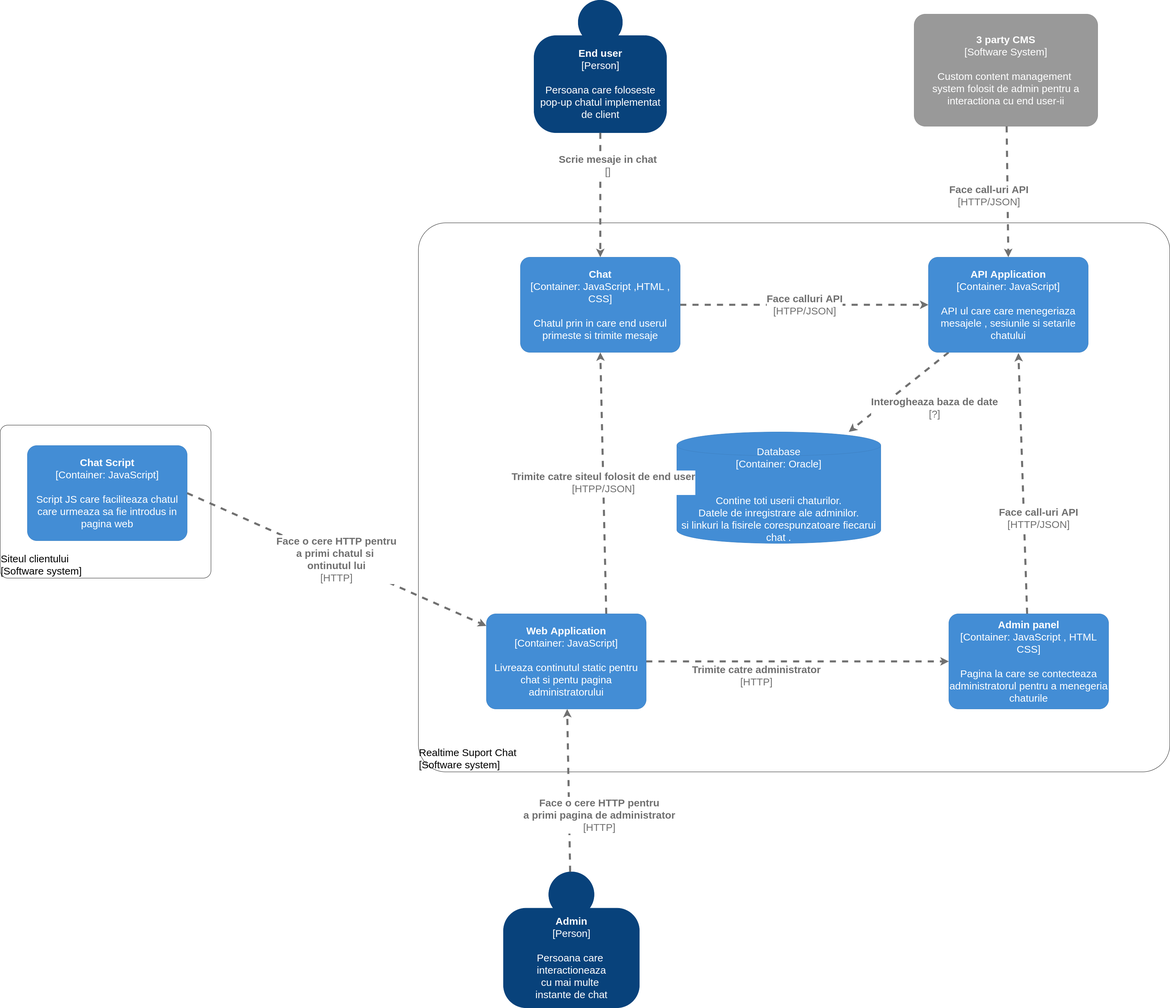
Above: diagrame/ComponentDiagram.png in buj99/RealtimeSupportChat (draw.io), before the change. Source tidied: cells renumbered, new cells last; positions are measured from the earlier drawing's top-left corner, leaving out a move shared by most shapes. Source of this version:
```xml
<mxGraphModel>
  <root>
    <mxCell id="0" />
    <mxCell id="1" parent="0" />
    <object id="2" label="&lt;b style=&quot;font-size: 30px;&quot;&gt;%c4Name%&lt;/b&gt;&lt;div style=&quot;font-size: 30px;&quot;&gt;[%c4Type%]&lt;/div&gt;&lt;br style=&quot;font-size: 30px;&quot;&gt;&lt;div style=&quot;font-size: 30px;&quot;&gt;%c4Description%&lt;/div&gt;" c4Description="Persoana care foloseste&#10;pop-up chatul implementat&#10; de client" c4Name="End user" c4Type="Person" placeholders="1">
      <mxCell style="html=1;dashed=0;whitespace=wrap;shape=mxgraph.c4.person;align=center;points=[[0.5,0,0],[1,0.5,0],[1,0.75,0],[0.75,1,0],[0.5,1,0],[0.25,1,0],[0,0.75,0],[0,0.5,0]];metaData={&quot;c4Type&quot;:{&quot;editable&quot;:false}};labelBackgroundColor=none;flipH=1;flipV=0;fillColor=#08427B;strokeColor=#08427B;fontColor=#FFFFFF;fontSize=30;" parent="1" vertex="1">
        <mxGeometry x="1570" width="390" height="390" as="geometry" />
      </mxCell>
    </object>
    <object id="3" label="&lt;b style=&quot;font-size: 30px;&quot;&gt;%c4Name%&lt;/b&gt;&lt;div style=&quot;font-size: 30px;&quot;&gt;[%c4Type%]&lt;/div&gt;&lt;br style=&quot;font-size: 30px;&quot;&gt;&lt;div style=&quot;font-size: 30px;&quot;&gt;%c4Description%&lt;/div&gt;" c4Description="Custom content management &#10;system folosit de admin pentru a interactiona cu end user-ii" c4Name="3 party CMS" c4Type="Software System" placeholders="1">
      <mxCell style="rounded=1;whiteSpace=wrap;html=1;labelBackgroundColor=none;fillColor=#999999;fontColor=#ffffff;align=center;arcSize=10;strokeColor=#8A8A8A;metaData={&quot;c4Type&quot;:{&quot;editable&quot;:false}};points=[[0.25,0,0],[0.5,0,0],[0.75,0,0],[1,0.25,0],[1,0.5,0],[1,0.75,0],[0.75,1,0],[0.5,1,0],[0.25,1,0],[0,0.75,0],[0,0.5,0],[0,0.25,0]];sketch=0;fontSize=30;" parent="1" vertex="1">
        <mxGeometry x="2688" y="41" width="540" height="330" as="geometry" />
      </mxCell>
    </object>
    <object id="4" label="&lt;b style=&quot;font-size: 30px;&quot;&gt;%c4Name%&lt;/b&gt;&lt;div style=&quot;font-size: 30px;&quot;&gt;[%c4Type%]&lt;/div&gt;&lt;br style=&quot;font-size: 30px;&quot;&gt;&lt;div style=&quot;font-size: 30px;&quot;&gt;%c4Description%&lt;/div&gt;" c4Description="Persoana care &#10;interactioneaza&#10;cu mai multe &#10;instante de chat&#10;" c4Name="Admin" c4Type="Person" placeholders="1">
      <mxCell style="html=1;dashed=0;whitespace=wrap;shape=mxgraph.c4.person;align=center;points=[[0.5,0,0],[1,0.5,0],[1,0.75,0],[0.75,1,0],[0.5,1,0],[0.25,1,0],[0,0.75,0],[0,0.5,0]];metaData={&quot;c4Type&quot;:{&quot;editable&quot;:false}};labelBackgroundColor=none;flipH=1;flipV=0;fontColor=#ffffff;strokeColor=#08427B;fillColor=#08427B;fontSize=30;" parent="1" vertex="1">
        <mxGeometry x="1480" y="2564" width="400" height="400" as="geometry" />
      </mxCell>
    </object>
    <mxCell id="5" style="group;fontSize=30;" parent="1" vertex="1">
      <mxGeometry y="1250" width="620" height="450" as="geometry" />
    </mxCell>
    <object id="6" label="&lt;div style=&quot;text-align: left; font-size: 30px;&quot;&gt;%c4Name%&lt;/div&gt;&lt;div style=&quot;text-align: left; font-size: 30px;&quot;&gt;[%c4Application%]&lt;/div&gt;" c4Application="Software system" c4Name="Siteul clientului" c4Type="ExecutionEnvironment" placeholders="1">
      <mxCell style="rounded=1;whiteSpace=wrap;html=1;labelBackgroundColor=none;fillColor=#ffffff;fontColor=#000000;align=left;arcSize=5;strokeColor=#000000;verticalAlign=bottom;metaData={&quot;c4Type&quot;:{&quot;editable&quot;:false}};fontSize=30;" parent="5" vertex="1">
        <mxGeometry width="620" height="450" as="geometry" />
      </mxCell>
    </object>
    <object id="7" label="&lt;b style=&quot;font-size: 30px;&quot;&gt;%c4Name%&lt;/b&gt;&lt;div style=&quot;font-size: 30px;&quot;&gt;[%c4Type%: %c4Technology%]&lt;/div&gt;&lt;br style=&quot;font-size: 30px;&quot;&gt;&lt;div style=&quot;font-size: 30px;&quot;&gt;%c4Description%&lt;/div&gt;" c4Description="Script JS care faciliteaza chatul&#10;care urmeaza sa fie introdus in pagina web " c4Name="Chat Script" c4Technology="JavaScript" c4Type="Container" placeholders="1">
      <mxCell style="rounded=1;whiteSpace=wrap;html=1;labelBackgroundColor=none;fillColor=#438DD5;fontColor=#ffffff;align=center;arcSize=10;strokeColor=#3C7FC0;metaData={&quot;c4Type&quot;:{&quot;editable&quot;:false}};points=[[0.25,0,0],[0.5,0,0],[0.75,0,0],[1,0.25,0],[1,0.5,0],[1,0.75,0],[0.75,1,0],[0.5,1,0],[0.25,1,0],[0,0.75,0],[0,0.5,0],[0,0.25,0]];fontSize=30;" parent="5" vertex="1">
        <mxGeometry x="80" y="60" width="470" height="280" as="geometry" />
      </mxCell>
    </object>
    <mxCell id="8" style="group;fontSize=30;" parent="1" vertex="1">
      <mxGeometry x="1210" y="670" width="2230" height="1600" as="geometry" />
    </mxCell>
    <object id="9" label="&lt;div style=&quot;text-align: left; font-size: 30px;&quot;&gt;%c4Name%&lt;/div&gt;&lt;div style=&quot;text-align: left; font-size: 30px;&quot;&gt;[%c4Application%]&lt;/div&gt;" c4Application="Software system" c4Name="Realtime Suport Chat" c4Type="ExecutionEnvironment" placeholders="1">
      <mxCell style="rounded=1;whiteSpace=wrap;html=1;labelBackgroundColor=none;fillColor=#ffffff;fontColor=#000000;align=left;arcSize=5;strokeColor=#000000;verticalAlign=bottom;metaData={&quot;c4Type&quot;:{&quot;editable&quot;:false}};fontSize=30;" parent="8" vertex="1">
        <mxGeometry x="20" y="-15" width="2210" height="1615" as="geometry" />
      </mxCell>
    </object>
    <object id="10" label="&lt;div style=&quot;text-align: left; font-size: 30px;&quot;&gt;&lt;div style=&quot;text-align: center; font-size: 30px;&quot;&gt;&lt;b style=&quot;font-size: 30px;&quot;&gt;%c4Description%&lt;/b&gt;&lt;/div&gt;&lt;div style=&quot;text-align: center; font-size: 30px;&quot;&gt;[%c4Technology%]&lt;/div&gt;&lt;/div&gt;" c4Description="Face call-uri API" c4Technology="HTTP/JSON" c4Type="Relationship" placeholders="1">
      <mxCell style="edgeStyle=none;rounded=0;html=1;jettySize=auto;strokeColor=#707070;strokeWidth=6;fontColor=#707070;jumpStyle=none;dashed=1;metaData={&quot;c4Type&quot;:{&quot;editable&quot;:false}};fontSize=30;entryX=0.563;entryY=1.007;entryDx=0;entryDy=0;entryPerimeter=0;" parent="8" edge="1" source="19" target="17">
        <mxGeometry x="-0.27" y="-42" relative="1" as="geometry">
          <mxPoint x="1" as="offset" />
        </mxGeometry>
      </mxCell>
    </object>
    <object id="11" label="&lt;div style=&quot;text-align: left; font-size: 30px;&quot;&gt;&lt;div style=&quot;text-align: center; font-size: 30px;&quot;&gt;&lt;b style=&quot;font-size: 30px;&quot;&gt;%c4Description%&lt;/b&gt;&lt;/div&gt;&lt;div style=&quot;text-align: center; font-size: 30px;&quot;&gt;[%c4Technology%]&lt;/div&gt;&lt;/div&gt;" c4Description="Trimite catre administrator" c4Technology="HTTP" c4Type="Relationship" placeholders="1">
      <mxCell style="edgeStyle=none;rounded=0;html=1;jettySize=auto;strokeColor=#707070;strokeWidth=6;fontColor=#707070;jumpStyle=none;dashed=1;metaData={&quot;c4Type&quot;:{&quot;editable&quot;:false}};fontSize=30;entryX=0;entryY=0.5;entryDx=0;entryDy=0;entryPerimeter=0;exitX=1;exitY=0.5;exitDx=0;exitDy=0;exitPerimeter=0;" parent="8" edge="1" source="18" target="19">
        <mxGeometry x="-0.27" y="-42" relative="1" as="geometry">
          <mxPoint x="1" as="offset" />
        </mxGeometry>
      </mxCell>
    </object>
    <object id="12" label="%c4Type%&lt;div style=&quot;font-size: 30px;&quot;&gt;[Container:&amp;nbsp;%c4Technology%]&lt;/div&gt;&lt;br style=&quot;font-size: 30px;&quot;&gt;&lt;div style=&quot;font-size: 30px;&quot;&gt;%c4Description%&lt;/div&gt;" c4Description="&#10;Contine toti userii chaturilor.&#10;Datele de inregistrare ale adminilor.&#10;si linkuri la fisirele corespunzatoare fiecarui chat ." c4Technology="Oracle" c4Type="Database" placeholders="1">
      <mxCell style="shape=cylinder;whiteSpace=wrap;html=1;boundedLbl=1;rounded=0;labelBackgroundColor=none;fillColor=#438DD5;fontSize=30;fontColor=#ffffff;align=center;strokeColor=#3C7FC0;points=[[0.5,0,0],[1,0.25,0],[1,0.5,0],[1,0.75,0],[0.5,1,0],[0,0.75,0],[0,0.5,0],[0,0.25,0]];metaData={&quot;c4Type&quot;:{&quot;editable&quot;:false}};" parent="8" vertex="1">
        <mxGeometry x="780" y="600" width="600" height="327.9" as="geometry" />
      </mxCell>
    </object>
    <object id="13" label="&lt;div style=&quot;text-align: left; font-size: 30px;&quot;&gt;&lt;div style=&quot;text-align: center; font-size: 30px;&quot;&gt;&lt;b style=&quot;font-size: 30px;&quot;&gt;%c4Description%&lt;/b&gt;&lt;/div&gt;&lt;div style=&quot;text-align: center; font-size: 30px;&quot;&gt;[%c4Technology%]&lt;/div&gt;&lt;/div&gt;" c4Description="Interogheaza baza de date" c4Technology="?" c4Type="Relationship" placeholders="1">
      <mxCell style="edgeStyle=none;rounded=0;html=1;jettySize=auto;strokeColor=#707070;strokeWidth=6;fontColor=#707070;jumpStyle=none;dashed=1;metaData={&quot;c4Type&quot;:{&quot;editable&quot;:false}};fontSize=30;" parent="8" edge="1" source="17" target="12">
        <mxGeometry x="-0.29" y="101" relative="1" as="geometry">
          <mxPoint x="1" as="offset" />
        </mxGeometry>
      </mxCell>
    </object>
    <object id="14" label="&lt;div style=&quot;text-align: left; font-size: 30px;&quot;&gt;&lt;div style=&quot;text-align: center; font-size: 30px;&quot;&gt;&lt;b style=&quot;font-size: 30px;&quot;&gt;%c4Description%&lt;/b&gt;&lt;/div&gt;&lt;div style=&quot;text-align: center; font-size: 30px;&quot;&gt;[%c4Technology%]&lt;/div&gt;&lt;/div&gt;" c4Description="Face calluri API" c4Technology="HTPP/JSON" c4Type="Relationship" placeholders="1">
      <mxCell style="edgeStyle=none;rounded=0;html=1;jettySize=auto;strokeColor=#707070;strokeWidth=6;fontColor=#707070;jumpStyle=none;dashed=1;metaData={&quot;c4Type&quot;:{&quot;editable&quot;:false}};fontSize=30;exitX=1;exitY=0.5;exitDx=0;exitDy=0;exitPerimeter=0;entryX=0;entryY=0.5;entryDx=0;entryDy=0;entryPerimeter=0;" parent="8" edge="1" source="16" target="17">
        <mxGeometry relative="1" as="geometry" />
      </mxCell>
    </object>
    <object id="15" label="&lt;div style=&quot;text-align: left; font-size: 30px;&quot;&gt;&lt;div style=&quot;text-align: center; font-size: 30px;&quot;&gt;&lt;b style=&quot;font-size: 30px;&quot;&gt;%c4Description%&lt;/b&gt;&lt;/div&gt;&lt;div style=&quot;text-align: center; font-size: 30px;&quot;&gt;[%c4Technology%]&lt;/div&gt;&lt;/div&gt;" c4Description="Trimite catre siteul folosit de end user " c4Technology="HTPP/JSON" c4Type="Relationship" placeholders="1">
      <mxCell style="edgeStyle=none;rounded=0;html=1;jettySize=auto;strokeColor=#707070;strokeWidth=6;fontColor=#707070;jumpStyle=none;dashed=1;metaData={&quot;c4Type&quot;:{&quot;editable&quot;:false}};fontSize=30;entryX=0.5;entryY=1;entryDx=0;entryDy=0;entryPerimeter=0;exitX=0.75;exitY=0;exitDx=0;exitDy=0;exitPerimeter=0;" parent="8" edge="1" source="18" target="16">
        <mxGeometry relative="1" as="geometry" />
      </mxCell>
    </object>
    <object id="16" label="&lt;b style=&quot;font-size: 30px;&quot;&gt;%c4Name%&lt;/b&gt;&lt;div style=&quot;font-size: 30px;&quot;&gt;[%c4Type%: %c4Technology%]&lt;/div&gt;&lt;br style=&quot;font-size: 30px;&quot;&gt;&lt;div style=&quot;font-size: 30px;&quot;&gt;%c4Description%&lt;/div&gt;" c4Description="Chatul prin in care end userul primeste si trimite mesaje" c4Name="Chat " c4Technology="JavaScript ,HTML , CSS" c4Type="Container" placeholders="1">
      <mxCell style="rounded=1;whiteSpace=wrap;html=1;labelBackgroundColor=none;fillColor=#438DD5;fontColor=#ffffff;align=center;arcSize=10;strokeColor=#3C7FC0;metaData={&quot;c4Type&quot;:{&quot;editable&quot;:false}};points=[[0.25,0,0],[0.5,0,0],[0.75,0,0],[1,0.25,0],[1,0.5,0],[1,0.75,0],[0.75,1,0],[0.5,1,0],[0.25,1,0],[0,0.75,0],[0,0.5,0],[0,0.25,0]];fontSize=30;" parent="8" vertex="1">
        <mxGeometry x="320" y="86" width="470" height="280" as="geometry" />
      </mxCell>
    </object>
    <object id="17" label="&lt;b style=&quot;font-size: 30px;&quot;&gt;%c4Name%&lt;/b&gt;&lt;div style=&quot;font-size: 30px;&quot;&gt;[%c4Type%: %c4Technology%]&lt;/div&gt;&lt;br style=&quot;font-size: 30px;&quot;&gt;&lt;div style=&quot;font-size: 30px;&quot;&gt;%c4Description%&lt;/div&gt;" c4Description="API ul care care menegeriaza mesajele , sesiunile si setarile chatului" c4Name="API Application" c4Technology="JavaScript" c4Type="Container" placeholders="1">
      <mxCell style="rounded=1;whiteSpace=wrap;html=1;labelBackgroundColor=none;fillColor=#438DD5;fontColor=#ffffff;align=center;arcSize=10;strokeColor=#3C7FC0;metaData={&quot;c4Type&quot;:{&quot;editable&quot;:false}};points=[[0.25,0,0],[0.5,0,0],[0.75,0,0],[1,0.25,0],[1,0.5,0],[1,0.75,0],[0.75,1,0],[0.5,1,0],[0.25,1,0],[0,0.75,0],[0,0.5,0],[0,0.25,0]];fontSize=30;" parent="8" vertex="1">
        <mxGeometry x="1520" y="86" width="470" height="280" as="geometry" />
      </mxCell>
    </object>
    <object id="18" label="&lt;b style=&quot;font-size: 30px;&quot;&gt;%c4Name%&lt;/b&gt;&lt;div style=&quot;font-size: 30px;&quot;&gt;[%c4Type%: %c4Technology%]&lt;/div&gt;&lt;br style=&quot;font-size: 30px;&quot;&gt;&lt;div style=&quot;font-size: 30px;&quot;&gt;%c4Description%&lt;/div&gt;" c4Description="Livreaza continutul static pentru chat si pentu pagina administratorului" c4Name="Web Application" c4Technology="JavaScript" c4Type="Container" placeholders="1">
      <mxCell style="rounded=1;whiteSpace=wrap;html=1;labelBackgroundColor=none;fillColor=#438DD5;fontColor=#ffffff;align=center;arcSize=10;strokeColor=#3C7FC0;metaData={&quot;c4Type&quot;:{&quot;editable&quot;:false}};points=[[0.25,0,0],[0.5,0,0],[0.75,0,0],[1,0.25,0],[1,0.5,0],[1,0.75,0],[0.75,1,0],[0.5,1,0],[0.25,1,0],[0,0.75,0],[0,0.5,0],[0,0.25,0]];fontSize=30;" parent="8" vertex="1">
        <mxGeometry x="220" y="1135" width="470" height="280" as="geometry" />
      </mxCell>
    </object>
    <object id="19" label="&lt;b style=&quot;font-size: 30px;&quot;&gt;%c4Name%&lt;/b&gt;&lt;div style=&quot;font-size: 30px;&quot;&gt;[%c4Type%: %c4Technology%]&lt;/div&gt;&lt;br style=&quot;font-size: 30px;&quot;&gt;&lt;div style=&quot;font-size: 30px;&quot;&gt;%c4Description%&lt;/div&gt;" c4Description="Pagina la care se contecteaza administratorul pentru a menegeria chaturile" c4Name="Admin panel " c4Technology="JavaScript , HTML CSS" c4Type="Container" placeholders="1">
      <mxCell style="rounded=1;whiteSpace=wrap;html=1;labelBackgroundColor=none;fillColor=#438DD5;fontColor=#ffffff;align=center;arcSize=10;strokeColor=#3C7FC0;metaData={&quot;c4Type&quot;:{&quot;editable&quot;:false}};points=[[0.25,0,0],[0.5,0,0],[0.75,0,0],[1,0.25,0],[1,0.5,0],[1,0.75,0],[0.75,1,0],[0.5,1,0],[0.25,1,0],[0,0.75,0],[0,0.5,0],[0,0.25,0]];fontSize=30;" parent="8" vertex="1">
        <mxGeometry x="1580" y="1135" width="470" height="280" as="geometry" />
      </mxCell>
    </object>
    <object id="20" label="&lt;div style=&quot;text-align: left; font-size: 30px;&quot;&gt;&lt;div style=&quot;text-align: center; font-size: 30px;&quot;&gt;&lt;b style=&quot;font-size: 30px;&quot;&gt;%c4Description%&lt;/b&gt;&lt;/div&gt;&lt;div style=&quot;text-align: center; font-size: 30px;&quot;&gt;[%c4Technology%]&lt;/div&gt;&lt;/div&gt;" c4Description="Face o cere HTTP pentru&#10; a primi chatul si &#10;ontinutul lui " c4Technology="HTTP" c4Type="Relationship" placeholders="1">
      <mxCell style="edgeStyle=none;rounded=0;html=1;jettySize=auto;strokeColor=#707070;strokeWidth=6;fontColor=#707070;jumpStyle=none;dashed=1;metaData={&quot;c4Type&quot;:{&quot;editable&quot;:false}};exitX=1;exitY=0.5;exitDx=0;exitDy=0;exitPerimeter=0;fontSize=30;" parent="1" edge="1" source="7" target="18">
        <mxGeometry relative="1" as="geometry" />
      </mxCell>
    </object>
    <object id="21" label="&lt;div style=&quot;text-align: left; font-size: 30px;&quot;&gt;&lt;div style=&quot;text-align: center; font-size: 30px;&quot;&gt;&lt;b style=&quot;font-size: 30px;&quot;&gt;%c4Description%&lt;/b&gt;&lt;/div&gt;&lt;div style=&quot;text-align: center; font-size: 30px;&quot;&gt;[%c4Technology%]&lt;/div&gt;&lt;/div&gt;" c4Description="Scrie mesaje in chat " c4Technology="" c4Type="Relationship" placeholders="1">
      <mxCell style="edgeStyle=none;rounded=0;html=1;jettySize=auto;strokeColor=#707070;strokeWidth=6;fontColor=#707070;jumpStyle=none;dashed=1;metaData={&quot;c4Type&quot;:{&quot;editable&quot;:false}};fontSize=30;" parent="1" edge="1" source="2" target="16">
        <mxGeometry x="-0.47" y="22" relative="1" as="geometry">
          <mxPoint y="-1" as="offset" />
        </mxGeometry>
      </mxCell>
    </object>
    <object id="22" label="&lt;div style=&quot;text-align: left; font-size: 30px;&quot;&gt;&lt;div style=&quot;text-align: center; font-size: 30px;&quot;&gt;&lt;b style=&quot;font-size: 30px;&quot;&gt;%c4Description%&lt;/b&gt;&lt;/div&gt;&lt;div style=&quot;text-align: center; font-size: 30px;&quot;&gt;[%c4Technology%]&lt;/div&gt;&lt;/div&gt;" c4Description="Face o cere HTTP pentru&#10;a primi pagina de administrator" c4Technology="HTTP" c4Type="Relationship" placeholders="1">
      <mxCell style="edgeStyle=none;rounded=0;html=1;jettySize=auto;strokeColor=#707070;strokeWidth=6;fontColor=#707070;jumpStyle=none;dashed=1;metaData={&quot;c4Type&quot;:{&quot;editable&quot;:false}};fontSize=30;" parent="1" edge="1" source="4" target="18">
        <mxGeometry x="-0.3" y="-89" relative="1" as="geometry" />
      </mxCell>
    </object>
    <object id="23" label="&lt;div style=&quot;text-align: left; font-size: 30px;&quot;&gt;&lt;div style=&quot;text-align: center; font-size: 30px;&quot;&gt;&lt;b style=&quot;font-size: 30px;&quot;&gt;%c4Description%&lt;/b&gt;&lt;/div&gt;&lt;div style=&quot;text-align: center; font-size: 30px;&quot;&gt;[%c4Technology%]&lt;/div&gt;&lt;/div&gt;" c4Description="Face call-uri API" c4Technology="HTTP/JSON" c4Type="Relationship" placeholders="1">
      <mxCell style="edgeStyle=none;rounded=0;html=1;jettySize=auto;strokeColor=#707070;strokeWidth=6;fontColor=#707070;jumpStyle=none;dashed=1;metaData={&quot;c4Type&quot;:{&quot;editable&quot;:false}};fontSize=30;entryX=0.5;entryY=0;entryDx=0;entryDy=0;entryPerimeter=0;" parent="1" edge="1" source="3" target="17">
        <mxGeometry x="0.06" y="-55" relative="1" as="geometry" />
      </mxCell>
    </object>
  </root>
</mxGraphModel>
```
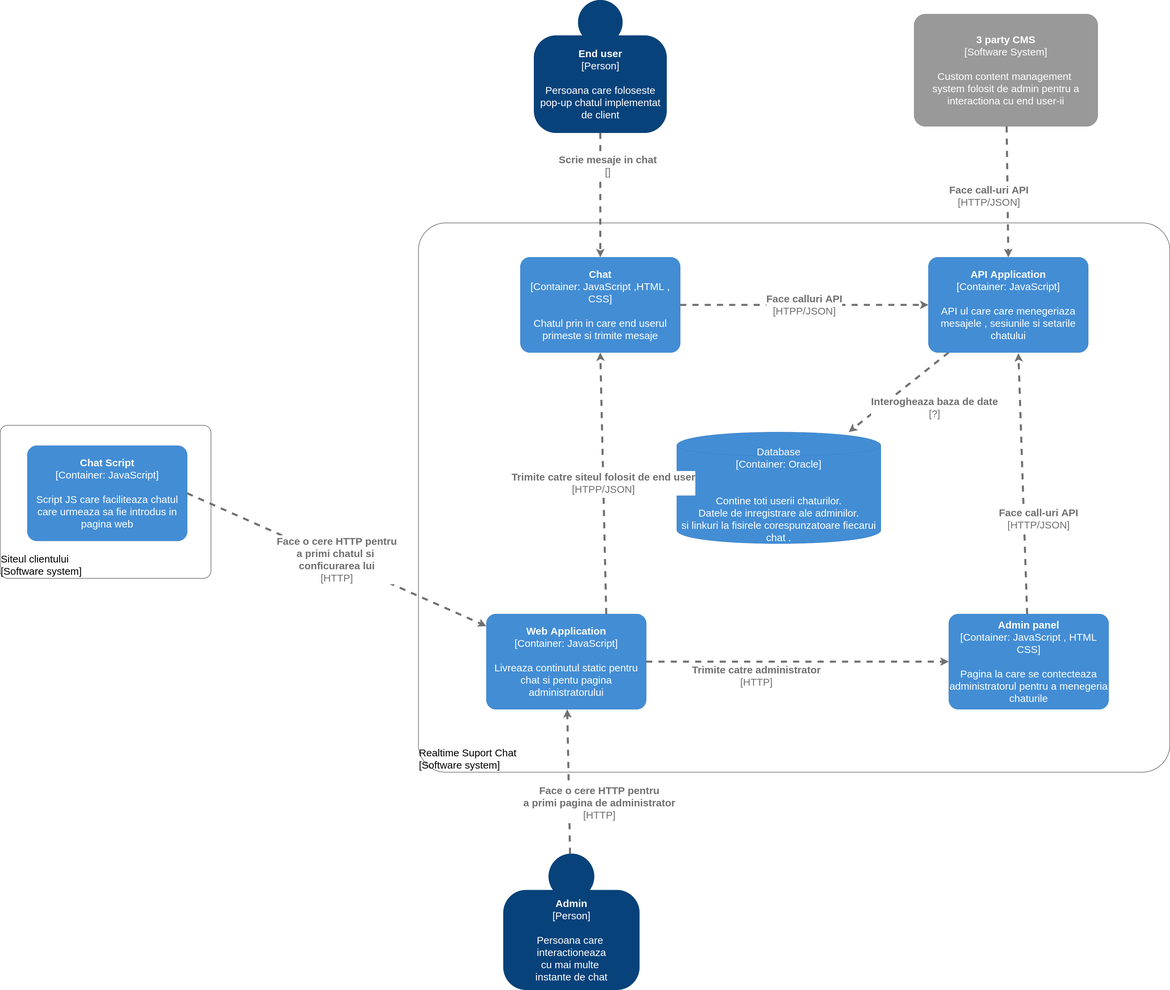
After the commit.

What changed in the source:
```diff
@@ -14,7 +14,7 @@
     </object>
     <object id="4" label="&lt;b style=&quot;font-size: 30px;&quot;&gt;%c4Name%&lt;/b&gt;&lt;div style=&quot;font-size: 30px;&quot;&gt;[%c4Type%]&lt;/div&gt;&lt;br style=&quot;font-size: 30px;&quot;&gt;&lt;div style=&quot;font-size: 30px;&quot;&gt;%c4Description%&lt;/div&gt;" c4Description="Persoana care &#10;interactioneaza&#10;cu mai multe &#10;instante de chat&#10;" c4Name="Admin" c4Type="Person" placeholders="1">
       <mxCell style="html=1;dashed=0;whitespace=wrap;shape=mxgraph.c4.person;align=center;points=[[0.5,0,0],[1,0.5,0],[1,0.75,0],[0.75,1,0],[0.5,1,0],[0.25,1,0],[0,0.75,0],[0,0.5,0]];metaData={&quot;c4Type&quot;:{&quot;editable&quot;:false}};labelBackgroundColor=none;flipH=1;flipV=0;fontColor=#ffffff;strokeColor=#08427B;fillColor=#08427B;fontSize=30;" parent="1" vertex="1">
-        <mxGeometry x="1480" y="2564" width="400" height="400" as="geometry" />
+        <mxGeometry x="1480" y="2510" width="400" height="400" as="geometry" />
       </mxCell>
     </object>
     <mxCell id="5" style="group;fontSize=30;" parent="1" vertex="1">
@@ -94,7 +94,7 @@
         <mxGeometry x="1580" y="1135" width="470" height="280" as="geometry" />
       </mxCell>
     </object>
-    <object id="20" label="&lt;div style=&quot;text-align: left; font-size: 30px;&quot;&gt;&lt;div style=&quot;text-align: center; font-size: 30px;&quot;&gt;&lt;b style=&quot;font-size: 30px;&quot;&gt;%c4Description%&lt;/b&gt;&lt;/div&gt;&lt;div style=&quot;text-align: center; font-size: 30px;&quot;&gt;[%c4Technology%]&lt;/div&gt;&lt;/div&gt;" c4Description="Face o cere HTTP pentru&#10; a primi chatul si &#10;ontinutul lui " c4Technology="HTTP" c4Type="Relationship" placeholders="1">
+    <object id="20" label="&lt;div style=&quot;text-align: left; font-size: 30px;&quot;&gt;&lt;div style=&quot;text-align: center; font-size: 30px;&quot;&gt;&lt;b style=&quot;font-size: 30px;&quot;&gt;%c4Description%&lt;/b&gt;&lt;/div&gt;&lt;div style=&quot;text-align: center; font-size: 30px;&quot;&gt;[%c4Technology%]&lt;/div&gt;&lt;/div&gt;" c4Description="Face o cere HTTP pentru&#10; a primi chatul si &#10;conficurarea lui " c4Technology="HTTP" c4Type="Relationship" placeholders="1">
       <mxCell style="edgeStyle=none;rounded=0;html=1;jettySize=auto;strokeColor=#707070;strokeWidth=6;fontColor=#707070;jumpStyle=none;dashed=1;metaData={&quot;c4Type&quot;:{&quot;editable&quot;:false}};exitX=1;exitY=0.5;exitDx=0;exitDy=0;exitPerimeter=0;fontSize=30;" parent="1" edge="1" source="7" target="18">
         <mxGeometry relative="1" as="geometry" />
       </mxCell>
```
